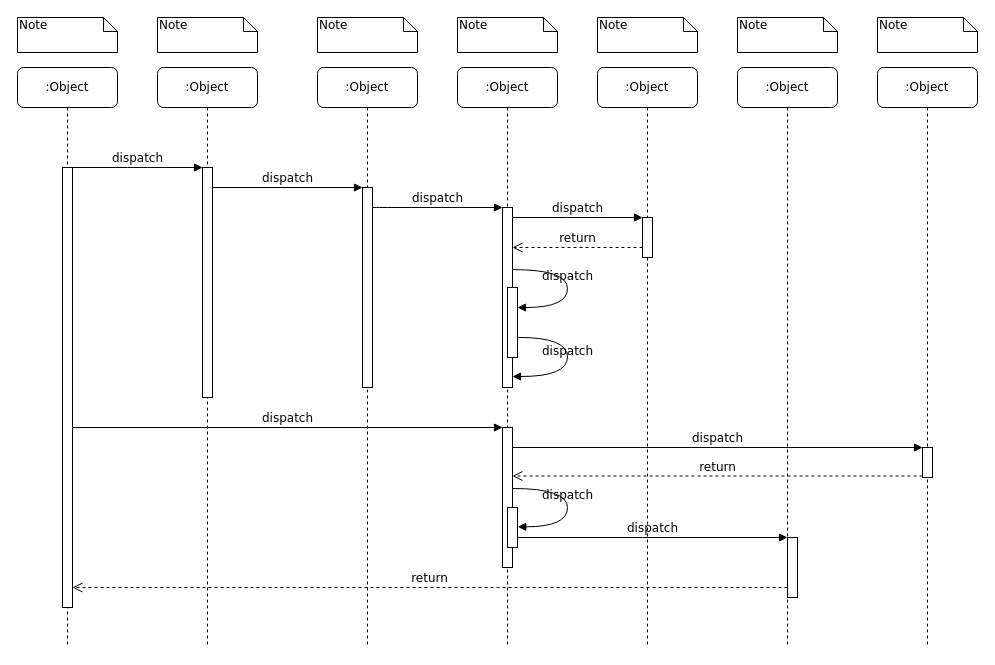
This is Диаграмма без названия.drawio from sergeyram/draw-io, a draw.io file, before an edit. Source tidied: cells renumbered, new cells numbered last; positions are measured from the earlier drawing's top-left corner, leaving out a move shared by most shapes. Both pictures are drawn from the tidied source at 100%, with x=0, y=0 at pixel (17, 17).
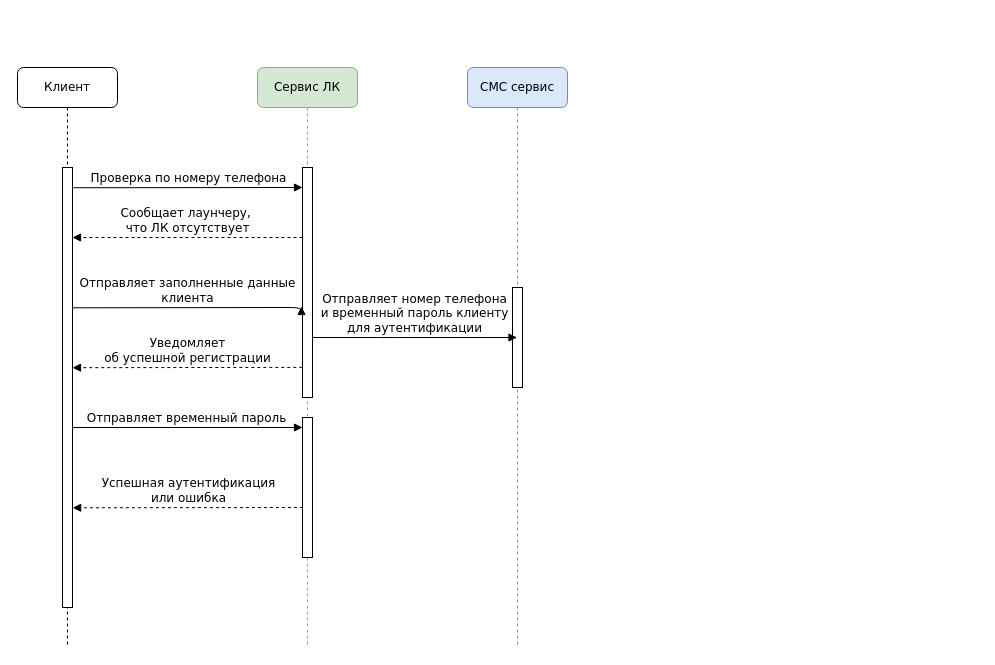
Above is the later version.

Unchanged cells that the change refers to:
```xml
<mxCell id="3" style="html=1;points=[];perimeter=orthogonalPerimeter;rounded=0;shadow=0;comic=0;labelBackgroundColor=none;strokeWidth=1;fontFamily=Verdana;fontSize=12;align=center;" parent="2" vertex="1">
  <mxGeometry x="45" y="100" width="10" height="230" as="geometry" />
</mxCell>
<mxCell id="11" style="html=1;points=[];perimeter=orthogonalPerimeter;rounded=0;shadow=0;comic=0;labelBackgroundColor=none;strokeWidth=1;fontFamily=Verdana;fontSize=12;align=center;" parent="10" vertex="1">
  <mxGeometry x="45" y="100" width="10" height="440" as="geometry" />
</mxCell>
```

What changed in the source:
```diff
@@
-    <mxCell id="2" value=":Object" style="shape=umlLifeline;perimeter=lifelinePerimeter;whiteSpace=wrap;html=1;rounded=1;shadow=0;comic=0;labelBackgroundColor=none;strokeWidth=1;fontFamily=Verdana;fontSize=12;align=center;" parent="1" vertex="1">
-      <mxGeometry x="140" y="50" width="100" height="580" as="geometry" />
+    <mxCell id="2" value="Сервис ЛК" style="shape=umlLifeline;perimeter=lifelinePerimeter;whiteSpace=wrap;html=1;rounded=1;shadow=0;comic=0;labelBackgroundColor=none;strokeWidth=1;fontFamily=Verdana;fontSize=12;align=center;fillColor=#d5e8d4;strokeColor=#82b366;" parent="1" vertex="1">
+      <mxGeometry x="240" y="50" width="100" height="580" as="geometry" />
     </mxCell>
@@
+    <mxCell id="39" style="html=1;perimeter=orthogonalPerimeter;rounded=0;shadow=0;comic=0;labelBackgroundColor=none;strokeWidth=1;fontFamily=Verdana;fontSize=12;align=center;" parent="2" vertex="1">
+      <mxGeometry x="45" y="350" width="10" height="140" as="geometry" />
+    </mxCell>
-    <mxCell id="4" value=":Object" style="shape=umlLifeline;perimeter=lifelinePerimeter;whiteSpace=wrap;html=1;outlineConnect=0;rounded=1;shadow=0;comic=0;labelBackgroundColor=none;strokeWidth=1;fontFamily=Verdana;fontSize=12;align=center;" parent="1" vertex="1">
-      <mxGeometry x="300" y="50" width="100" height="580" as="geometry" />
+    <mxCell id="4" value="СМС сервис" style="shape=umlLifeline;perimeter=lifelinePerimeter;whiteSpace=wrap;html=1;outlineConnect=0;rounded=1;shadow=0;comic=0;labelBackgroundColor=none;strokeWidth=1;fontFamily=Verdana;fontSize=12;align=center;fillColor=#dae8fc;strokeColor=#6c8ebf;" parent="1" vertex="1">
+      <mxGeometry x="450" y="50" width="100" height="580" as="geometry" />
     </mxCell>
     <mxCell id="5" style="html=1;points=[];perimeter=orthogonalPerimeter;rounded=0;shadow=0;comic=0;labelBackgroundColor=none;strokeWidth=1;fontFamily=Verdana;fontSize=12;align=center;" parent="4" vertex="1">
-      <mxGeometry x="45" y="120" width="10" height="200" as="geometry" />
+      <mxGeometry x="45" y="220" width="10" height="100" as="geometry" />
     </mxCell>
-    <mxCell id="6" value=":Object" style="shape=umlLifeline;perimeter=lifelinePerimeter;whiteSpace=wrap;html=1;rounded=1;shadow=0;comic=0;labelBackgroundColor=none;strokeWidth=1;fontFamily=Verdana;fontSize=12;align=center;" parent="1" vertex="1">
-      <mxGeometry x="440" y="50" width="100" height="580" as="geometry" />
-    </mxCell>
-    <mxCell id="7" value=":Object" style="shape=umlLifeline;perimeter=lifelinePerimeter;whiteSpace=wrap;html=1;rounded=1;shadow=0;comic=0;labelBackgroundColor=none;strokeWidth=1;fontFamily=Verdana;fontSize=12;align=center;" parent="1" vertex="1">
-      <mxGeometry x="580" y="50" width="100" height="580" as="geometry" />
-    </mxCell>
-    <mxCell id="8" value=":Object" style="shape=umlLifeline;perimeter=lifelinePerimeter;whiteSpace=wrap;html=1;rounded=1;shadow=0;comic=0;labelBackgroundColor=none;strokeWidth=1;fontFamily=Verdana;fontSize=12;align=center;" parent="1" vertex="1">
-      <mxGeometry x="720" y="50" width="100" height="580" as="geometry" />
-    </mxCell>
-    <mxCell id="9" value=":Object" style="shape=umlLifeline;perimeter=lifelinePerimeter;whiteSpace=wrap;html=1;rounded=1;shadow=0;comic=0;labelBackgroundColor=none;strokeWidth=1;fontFamily=Verdana;fontSize=12;align=center;" parent="1" vertex="1">
-      <mxGeometry x="860" y="50" width="100" height="580" as="geometry" />
-    </mxCell>
-    <mxCell id="10" value=":Object" style="shape=umlLifeline;perimeter=lifelinePerimeter;whiteSpace=wrap;html=1;rounded=1;shadow=0;comic=0;labelBackgroundColor=none;strokeWidth=1;fontFamily=Verdana;fontSize=12;align=center;" parent="1" vertex="1">
+    <mxCell id="10" value="Клиент" style="shape=umlLifeline;perimeter=lifelinePerimeter;whiteSpace=wrap;html=1;rounded=1;shadow=0;comic=0;labelBackgroundColor=none;strokeWidth=1;fontFamily=Verdana;fontSize=12;align=center;" parent="1" vertex="1">
       <mxGeometry y="50" width="100" height="580" as="geometry" />
     </mxCell>
@@
-    <mxCell id="12" style="html=1;points=[];perimeter=orthogonalPerimeter;rounded=0;shadow=0;comic=0;labelBackgroundColor=none;strokeWidth=1;fontFamily=Verdana;fontSize=12;align=center;" parent="1" vertex="1">
-      <mxGeometry x="485" y="190" width="10" height="180" as="geometry" />
-    </mxCell>
-    <mxCell id="13" value="dispatch" style="html=1;verticalAlign=bottom;endArrow=block;labelBackgroundColor=none;fontFamily=Verdana;fontSize=12;edgeStyle=elbowEdgeStyle;elbow=vertical;" parent="1" edge="1" source="5" target="12">
-      <mxGeometry relative="1" as="geometry">
-        <Array as="points">
-          <mxPoint x="360" y="190" />
-        </Array>
-      </mxGeometry>
-    </mxCell>
-    <mxCell id="14" style="html=1;points=[];perimeter=orthogonalPerimeter;rounded=0;shadow=0;comic=0;labelBackgroundColor=none;strokeWidth=1;fontFamily=Verdana;fontSize=12;align=center;" parent="1" vertex="1">
-      <mxGeometry x="625" y="200" width="10" height="40" as="geometry" />
-    </mxCell>
-    <mxCell id="15" value="dispatch" style="html=1;verticalAlign=bottom;endArrow=block;entryX=0;entryY=0;labelBackgroundColor=none;fontFamily=Verdana;fontSize=12;edgeStyle=elbowEdgeStyle;elbow=vertical;" parent="1" edge="1" source="12" target="14">
-      <mxGeometry relative="1" as="geometry" />
-    </mxCell>
-    <mxCell id="16" value="return" style="html=1;verticalAlign=bottom;endArrow=open;dashed=1;endSize=8;labelBackgroundColor=none;fontFamily=Verdana;fontSize=12;edgeStyle=elbowEdgeStyle;elbow=vertical;" parent="1" edge="1" source="14" target="12">
-      <mxGeometry relative="1" as="geometry">
-        <Array as="points">
-          <mxPoint x="570" y="230" />
-          <mxPoint x="600" y="230" />
-        </Array>
-      </mxGeometry>
-    </mxCell>
-    <mxCell id="17" style="html=1;points=[];perimeter=orthogonalPerimeter;rounded=0;shadow=0;comic=0;labelBackgroundColor=none;strokeWidth=1;fontFamily=Verdana;fontSize=12;align=center;" parent="1" vertex="1">
-      <mxGeometry x="485" y="410" width="10" height="140" as="geometry" />
-    </mxCell>
-    <mxCell id="18" value="dispatch" style="html=1;verticalAlign=bottom;endArrow=block;entryX=0;entryY=0;labelBackgroundColor=none;fontFamily=Verdana;fontSize=12;" parent="1" edge="1" source="11" target="17">
-      <mxGeometry relative="1" as="geometry" />
-    </mxCell>
-    <mxCell id="19" style="html=1;points=[];perimeter=orthogonalPerimeter;rounded=0;shadow=0;comic=0;labelBackgroundColor=none;strokeColor=#000000;strokeWidth=1;fillColor=#FFFFFF;fontFamily=Verdana;fontSize=12;fontColor=#000000;align=center;" parent="1" vertex="1">
-      <mxGeometry x="905" y="430" width="10" height="30" as="geometry" />
-    </mxCell>
-    <mxCell id="20" value="dispatch" style="html=1;verticalAlign=bottom;endArrow=block;entryX=0;entryY=0;labelBackgroundColor=none;fontFamily=Verdana;fontSize=12;" parent="1" edge="1" source="17" target="19">
-      <mxGeometry relative="1" as="geometry" />
-    </mxCell>
-    <mxCell id="21" value="return" style="html=1;verticalAlign=bottom;endArrow=open;dashed=1;endSize=8;exitX=0;exitY=0.95;labelBackgroundColor=none;fontFamily=Verdana;fontSize=12;" parent="1" edge="1" source="19" target="17">
-      <mxGeometry relative="1" as="geometry" />
-    </mxCell>
-    <mxCell id="22" style="html=1;points=[];perimeter=orthogonalPerimeter;rounded=0;shadow=0;comic=0;labelBackgroundColor=none;strokeWidth=1;fontFamily=Verdana;fontSize=12;align=center;" parent="1" vertex="1">
-      <mxGeometry x="770" y="520" width="10" height="60" as="geometry" />
-    </mxCell>
-    <mxCell id="23" value="dispatch" style="html=1;verticalAlign=bottom;endArrow=block;entryX=0;entryY=0;labelBackgroundColor=none;fontFamily=Verdana;fontSize=12;edgeStyle=elbowEdgeStyle;elbow=vertical;" parent="1" edge="1" source="30" target="22">
-      <mxGeometry relative="1" as="geometry" />
-    </mxCell>
-    <mxCell id="24" value="return" style="html=1;verticalAlign=bottom;endArrow=open;dashed=1;endSize=8;labelBackgroundColor=none;fontFamily=Verdana;fontSize=12;edgeStyle=elbowEdgeStyle;elbow=vertical;" parent="1" edge="1" source="22" target="11">
-      <mxGeometry relative="1" as="geometry">
-        <Array as="points">
-          <mxPoint x="470" y="570" />
-        </Array>
-      </mxGeometry>
-    </mxCell>
+    <mxCell id="40" value="&lt;div&gt;Отправляет заполненные данные&lt;/div&gt;&lt;div&gt;клиента&lt;/div&gt;" style="html=1;verticalAlign=bottom;endArrow=block;labelBackgroundColor=none;fontFamily=Verdana;fontSize=12;edgeStyle=elbowEdgeStyle;elbow=vertical;" parent="10" edge="1">
+      <mxGeometry relative="1" as="geometry">
+        <mxPoint x="55" y="240.3" as="sourcePoint" />
+        <mxPoint x="284" y="239" as="targetPoint" />
+      </mxGeometry>
+    </mxCell>
-    <mxCell id="25" value="dispatch" style="html=1;verticalAlign=bottom;endArrow=block;entryX=0;entryY=0;labelBackgroundColor=none;fontFamily=Verdana;fontSize=12;edgeStyle=elbowEdgeStyle;elbow=vertical;" parent="1" edge="1" source="11" target="3">
-      <mxGeometry relative="1" as="geometry" />
+    <mxCell id="25" value="Проверка по номеру телефона" style="html=1;verticalAlign=bottom;endArrow=block;labelBackgroundColor=none;fontFamily=Verdana;fontSize=12;edgeStyle=elbowEdgeStyle;elbow=vertical;exitX=1.074;exitY=0.046;exitDx=0;exitDy=0;exitPerimeter=0;" parent="1" edge="1" source="11">
+      <mxGeometry relative="1" as="geometry">
+        <mxPoint x="285" y="170" as="targetPoint" />
+      </mxGeometry>
     </mxCell>
-    <mxCell id="26" value="dispatch" style="html=1;verticalAlign=bottom;endArrow=block;entryX=0;entryY=0;labelBackgroundColor=none;fontFamily=Verdana;fontSize=12;edgeStyle=elbowEdgeStyle;elbow=vertical;" parent="1" edge="1" source="3" target="5">
-      <mxGeometry relative="1" as="geometry" />
+    <mxCell id="26" value="&lt;div&gt;Отправляет номер телефона&lt;/div&gt;&lt;div&gt;и временный пароль клиенту&lt;/div&gt;&lt;div&gt;для аутентификации&lt;br&gt;&lt;/div&gt;" style="html=1;verticalAlign=bottom;endArrow=block;labelBackgroundColor=none;fontFamily=Verdana;fontSize=12;edgeStyle=elbowEdgeStyle;elbow=vertical;" parent="1" edge="1" source="3" target="4">
+      <mxGeometry relative="1" as="geometry">
+        <Array as="points">
+          <mxPoint x="370" y="320" />
+        </Array>
+      </mxGeometry>
     </mxCell>
-    <mxCell id="27" style="html=1;points=[];perimeter=orthogonalPerimeter;rounded=0;shadow=0;comic=0;labelBackgroundColor=none;strokeWidth=1;fontFamily=Verdana;fontSize=12;align=center;" parent="1" vertex="1">
-      <mxGeometry x="490" y="270" width="10" height="70" as="geometry" />
-    </mxCell>
-    <mxCell id="28" value="dispatch" style="html=1;verticalAlign=bottom;endArrow=block;labelBackgroundColor=none;fontFamily=Verdana;fontSize=12;elbow=vertical;edgeStyle=orthogonalEdgeStyle;curved=1;entryX=1;entryY=0.286;entryPerimeter=0;exitX=1.038;exitY=0.345;exitPerimeter=0;" parent="1" edge="1" source="12" target="27">
-      <mxGeometry relative="1" as="geometry">
-        <Array as="points">
-          <mxPoint x="550" y="252" />
-          <mxPoint x="550" y="290" />
-        </Array>
-      </mxGeometry>
-    </mxCell>
-    <mxCell id="29" value="dispatch" style="html=1;verticalAlign=bottom;endArrow=block;labelBackgroundColor=none;fontFamily=Verdana;fontSize=12;elbow=vertical;edgeStyle=orthogonalEdgeStyle;curved=1;exitX=1.066;exitY=0.713;exitPerimeter=0;" parent="1" edge="1" source="27">
-      <mxGeometry relative="1" as="geometry">
-        <mxPoint x="495" y="359" as="targetPoint" />
-        <Array as="points">
-          <mxPoint x="550" y="320" />
-          <mxPoint x="550" y="359" />
-        </Array>
-      </mxGeometry>
-    </mxCell>
-    <mxCell id="30" style="html=1;points=[];perimeter=orthogonalPerimeter;rounded=0;shadow=0;comic=0;labelBackgroundColor=none;strokeWidth=1;fontFamily=Verdana;fontSize=12;align=center;" parent="1" vertex="1">
-      <mxGeometry x="490" y="490" width="10" height="40" as="geometry" />
-    </mxCell>
-    <mxCell id="31" value="dispatch" style="html=1;verticalAlign=bottom;endArrow=block;labelBackgroundColor=none;fontFamily=Verdana;fontSize=12;elbow=vertical;edgeStyle=orthogonalEdgeStyle;curved=1;entryX=1;entryY=0.286;entryPerimeter=0;exitX=1.038;exitY=0.345;exitPerimeter=0;" parent="1" edge="1">
-      <mxGeometry relative="1" as="geometry">
-        <mxPoint x="495.3" y="471" as="sourcePoint" />
-        <mxPoint x="500.3" y="509.3" as="targetPoint" />
-        <Array as="points">
-          <mxPoint x="550" y="471" />
-          <mxPoint x="550" y="509" />
-        </Array>
-      </mxGeometry>
-    </mxCell>
-    <mxCell id="32" value="Note" style="shape=note;whiteSpace=wrap;html=1;size=14;verticalAlign=top;align=left;spacingTop=-6;rounded=0;shadow=0;comic=0;labelBackgroundColor=none;strokeWidth=1;fontFamily=Verdana;fontSize=12;" parent="1" vertex="1">
-      <mxGeometry width="100" height="35" as="geometry" />
-    </mxCell>
-    <mxCell id="33" value="Note" style="shape=note;whiteSpace=wrap;html=1;size=14;verticalAlign=top;align=left;spacingTop=-6;rounded=0;shadow=0;comic=0;labelBackgroundColor=none;strokeWidth=1;fontFamily=Verdana;fontSize=12;" parent="1" vertex="1">
-      <mxGeometry x="140" width="100" height="35" as="geometry" />
-    </mxCell>
-    <mxCell id="34" value="Note" style="shape=note;whiteSpace=wrap;html=1;size=14;verticalAlign=top;align=left;spacingTop=-6;rounded=0;shadow=0;comic=0;labelBackgroundColor=none;strokeWidth=1;fontFamily=Verdana;fontSize=12;" parent="1" vertex="1">
-      <mxGeometry x="300" width="100" height="35" as="geometry" />
-    </mxCell>
-    <mxCell id="35" value="Note" style="shape=note;whiteSpace=wrap;html=1;size=14;verticalAlign=top;align=left;spacingTop=-6;rounded=0;shadow=0;comic=0;labelBackgroundColor=none;strokeWidth=1;fontFamily=Verdana;fontSize=12;" parent="1" vertex="1">
-      <mxGeometry x="440" width="100" height="35" as="geometry" />
-    </mxCell>
-    <mxCell id="36" value="Note" style="shape=note;whiteSpace=wrap;html=1;size=14;verticalAlign=top;align=left;spacingTop=-6;rounded=0;shadow=0;comic=0;labelBackgroundColor=none;strokeWidth=1;fontFamily=Verdana;fontSize=12;" parent="1" vertex="1">
-      <mxGeometry x="580" width="100" height="35" as="geometry" />
-    </mxCell>
-    <mxCell id="37" value="Note" style="shape=note;whiteSpace=wrap;html=1;size=14;verticalAlign=top;align=left;spacingTop=-6;rounded=0;shadow=0;comic=0;labelBackgroundColor=none;strokeWidth=1;fontFamily=Verdana;fontSize=12;" parent="1" vertex="1">
-      <mxGeometry x="720" width="100" height="35" as="geometry" />
-    </mxCell>
-    <mxCell id="38" value="Note" style="shape=note;whiteSpace=wrap;html=1;size=14;verticalAlign=top;align=left;spacingTop=-6;rounded=0;shadow=0;comic=0;labelBackgroundColor=none;strokeWidth=1;fontFamily=Verdana;fontSize=12;" parent="1" vertex="1">
-      <mxGeometry x="860" width="100" height="35" as="geometry" />
-    </mxCell>
+    <mxCell id="41" value="&lt;div&gt;Сообщает лаунчеру,&amp;nbsp;&lt;/div&gt;&lt;div&gt;что ЛК отсутствует&lt;br&gt;&lt;/div&gt;" style="html=1;verticalAlign=bottom;endArrow=block;labelBackgroundColor=none;fontFamily=Verdana;fontSize=12;edgeStyle=elbowEdgeStyle;elbow=vertical;dashed=1;" parent="1" edge="1" target="11">
+      <mxGeometry relative="1" as="geometry">
+        <mxPoint x="285" y="220" as="sourcePoint" />
+        <Array as="points">
+          <mxPoint x="90" y="220" />
+          <mxPoint x="160" y="210" />
+        </Array>
+      </mxGeometry>
+    </mxCell>
+    <mxCell id="42" value="&lt;div&gt;Уведомляет&lt;/div&gt;&lt;div&gt;об успешной регистрации&lt;/div&gt;" style="html=1;verticalAlign=bottom;endArrow=block;labelBackgroundColor=none;fontFamily=Verdana;fontSize=12;edgeStyle=elbowEdgeStyle;elbow=vertical;exitX=-0.019;exitY=0.869;exitDx=0;exitDy=0;exitPerimeter=0;dashed=1;" parent="1" edge="1" source="3">
+      <mxGeometry relative="1" as="geometry">
+        <mxPoint x="55" y="350" as="targetPoint" />
+        <Array as="points">
+          <mxPoint x="165" y="350.2" />
+        </Array>
+      </mxGeometry>
+    </mxCell>
+    <mxCell id="43" value="Отправляет временный пароль" style="html=1;verticalAlign=bottom;endArrow=block;entryX=0;entryY=0;labelBackgroundColor=none;fontFamily=Verdana;fontSize=12;edgeStyle=elbowEdgeStyle;elbow=vertical;exitX=0.95;exitY=0.591;exitDx=0;exitDy=0;exitPerimeter=0;" parent="1" edge="1" source="11">
+      <mxGeometry relative="1" as="geometry">
+        <mxPoint x="285" y="410" as="targetPoint" />
+      </mxGeometry>
+    </mxCell>
+    <mxCell id="44" value="&lt;div&gt;Успешная аутентификация&lt;/div&gt;&lt;div&gt;или ошибка&lt;/div&gt;" style="html=1;verticalAlign=bottom;endArrow=block;labelBackgroundColor=none;fontFamily=Verdana;fontSize=12;edgeStyle=elbowEdgeStyle;elbow=vertical;exitX=-0.019;exitY=0.869;exitDx=0;exitDy=0;exitPerimeter=0;dashed=1;entryX=1.017;entryY=0.773;entryDx=0;entryDy=0;entryPerimeter=0;" parent="1" edge="1" target="11">
+      <mxGeometry relative="1" as="geometry">
+        <mxPoint x="285.4" y="490" as="sourcePoint" />
+        <Array as="points">
+          <mxPoint x="165.6" y="490.3" />
+        </Array>
+      </mxGeometry>
+    </mxCell>
```
